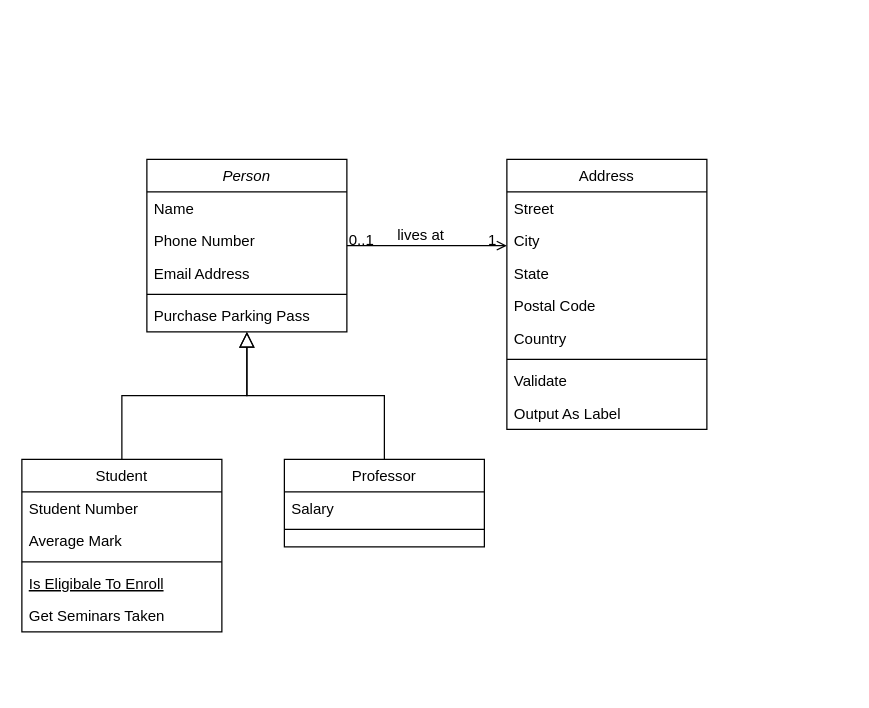
Above: CommandPattern.drawio in mikeharris-github/SE450-JPaint (draw.io), before the change. Source tidied: cells renumbered, new cells numbered last; positions are measured from the earlier drawing's top-left corner, leaving out a move shared by most shapes. Both pictures are drawn from the tidied source at 125%, with x=0, y=0 at pixel (21, 159).
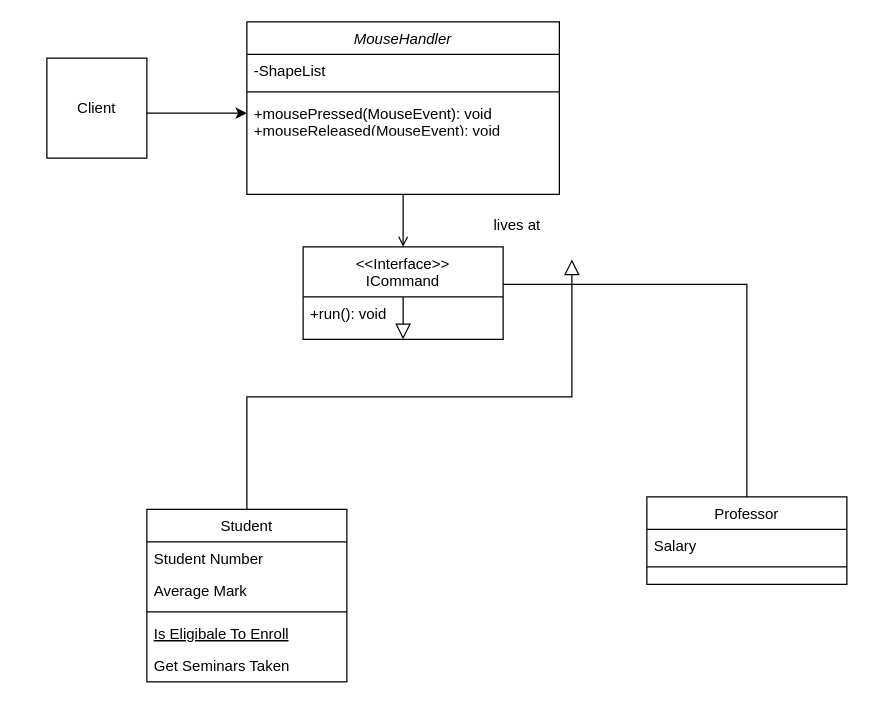
The same page after the edit.

Diff of the diagram source:
```diff
@@
-    <mxCell id="2" value="Person" style="swimlane;fontStyle=2;align=center;verticalAlign=top;horizontal=1;startSize=26;rounded=0;shadow=0;strokeWidth=1;" parent="1" vertex="1">
-      <mxGeometry x="100" width="160" height="138" as="geometry" />
-    </mxCell>
-    <mxCell id="3" value="Name" style="text;align=left;verticalAlign=top;spacingLeft=4;spacingRight=4;overflow=hidden;" parent="2" vertex="1">
-      <mxGeometry y="26" width="160" height="26" as="geometry" />
-    </mxCell>
-    <mxCell id="4" value="Phone Number" style="text;align=left;verticalAlign=top;spacingLeft=4;spacingRight=4;overflow=hidden;rounded=0;shadow=0;html=0;" parent="2" vertex="1">
-      <mxGeometry y="52" width="160" height="26" as="geometry" />
-    </mxCell>
-    <mxCell id="5" value="Email Address" style="text;align=left;verticalAlign=top;spacingLeft=4;spacingRight=4;overflow=hidden;rounded=0;shadow=0;html=0;" parent="2" vertex="1">
-      <mxGeometry y="78" width="160" height="26" as="geometry" />
-    </mxCell>
-    <mxCell id="6" style="line;html=1;strokeWidth=1;align=left;verticalAlign=middle;spacingTop=-1;spacingLeft=3;spacingRight=3;labelPosition=right;" parent="2" vertex="1">
-      <mxGeometry y="104" width="160" height="8" as="geometry" />
-    </mxCell>
-    <mxCell id="7" value="Purchase Parking Pass" style="text;align=left;verticalAlign=top;spacingLeft=4;spacingRight=4;overflow=hidden;points=[[0,0.5],[1,0.5]];portConstraint=eastwest;" parent="2" vertex="1">
-      <mxGeometry y="112" width="160" height="26" as="geometry" />
-    </mxCell>
+    <mxCell id="14" style="endArrow=block;endSize=10;endFill=0;shadow=0;strokeWidth=1;rounded=0;edgeStyle=elbowEdgeStyle;elbow=vertical;" parent="1" edge="1" source="8">
+      <mxGeometry relative="1" as="geometry">
+        <mxPoint x="440" y="80" as="targetPoint" />
+        <Array as="points">
+          <mxPoint x="300" y="190" />
+          <mxPoint x="520" y="190" />
+        </Array>
+      </mxGeometry>
+    </mxCell>
+    <mxCell id="18" style="endArrow=block;endSize=10;endFill=0;shadow=0;strokeWidth=1;rounded=0;edgeStyle=elbowEdgeStyle;elbow=vertical;entryX=0.5;entryY=1;entryDx=0;entryDy=0;" parent="1" edge="1" source="15" target="19">
+      <mxGeometry relative="1" as="geometry">
+        <Array as="points">
+          <mxPoint x="480" y="100" />
+        </Array>
+      </mxGeometry>
+    </mxCell>
+    <mxCell id="28" style="endArrow=open;shadow=0;strokeWidth=1;rounded=0;endFill=1;edgeStyle=elbowEdgeStyle;elbow=vertical;" parent="1" edge="1" source="2" target="19">
+      <mxGeometry x="0.5" y="41" relative="1" as="geometry">
+        <mxPoint x="-40" y="32" as="offset" />
+      </mxGeometry>
+    </mxCell>
+    <mxCell id="31" value="lives at" style="text;html=1;align=center;verticalAlign=middle;labelBackgroundColor=none;rounded=0;shadow=0;strokeWidth=1;fontSize=12;" parent="28" vertex="1">
+      <mxGeometry x="0.5" y="49" relative="1" as="geometry">
+        <mxPoint x="41" y="-8" as="offset" />
+      </mxGeometry>
+    </mxCell>
+    <mxCell id="32" value="Client" style="whiteSpace=wrap;html=1;" parent="1" vertex="1">
+      <mxGeometry x="20" y="-81" width="80" height="80" as="geometry" />
+    </mxCell>
+    <mxCell id="33" style="endArrow=classic;html=1;entryX=0;entryY=0.5;entryDx=0;entryDy=0;" parent="1" edge="1" target="7">
+      <mxGeometry relative="1" as="geometry">
+        <mxPoint x="100" y="-37" as="sourcePoint" />
+      </mxGeometry>
+    </mxCell>
     <mxCell id="8" value="Student" style="swimlane;fontStyle=0;align=center;verticalAlign=top;horizontal=1;startSize=26;rounded=0;shadow=0;strokeWidth=1;" parent="1" vertex="1">
-      <mxGeometry y="240" width="160" height="138" as="geometry" />
+      <mxGeometry x="100" y="280" width="160" height="138" as="geometry" />
     </mxCell>
@@
-    <mxCell id="14" style="endArrow=block;endSize=10;endFill=0;shadow=0;strokeWidth=1;rounded=0;edgeStyle=elbowEdgeStyle;elbow=vertical;" parent="1" edge="1" source="8" target="2">
-      <mxGeometry relative="1" as="geometry" />
-    </mxCell>
+    <mxCell id="2" value="MouseHandler" style="swimlane;fontStyle=2;align=center;verticalAlign=top;horizontal=1;startSize=26;rounded=0;shadow=0;strokeWidth=1;" parent="1" vertex="1">
+      <mxGeometry x="180" y="-110" width="250" height="138" as="geometry" />
+    </mxCell>
+    <mxCell id="5" value="-ShapeList" style="text;align=left;verticalAlign=top;spacingLeft=4;spacingRight=4;overflow=hidden;rounded=0;shadow=0;html=0;" parent="2" vertex="1">
+      <mxGeometry y="26" width="250" height="26" as="geometry" />
+    </mxCell>
+    <mxCell id="6" style="line;html=1;strokeWidth=1;align=left;verticalAlign=middle;spacingTop=-1;spacingLeft=3;spacingRight=3;labelPosition=right;" parent="2" vertex="1">
+      <mxGeometry y="52" width="250" height="8" as="geometry" />
+    </mxCell>
+    <mxCell id="7" value="+mousePressed(MouseEvent): void &#10;+mouseReleased(MouseEvent): void" style="text;align=left;verticalAlign=top;spacingLeft=4;spacingRight=4;overflow=hidden;points=[[0,0.5],[1,0.5]];portConstraint=eastwest;" parent="2" vertex="1">
+      <mxGeometry y="60" width="250" height="26" as="geometry" />
+    </mxCell>
+    <mxCell id="19" value="&lt;&lt;Interface&gt;&gt;&#10;ICommand" style="swimlane;fontStyle=0;align=center;verticalAlign=top;horizontal=1;startSize=40;rounded=0;shadow=0;strokeWidth=1;" parent="1" vertex="1">
+      <mxGeometry x="225" y="70" width="160" height="74" as="geometry" />
+    </mxCell>
+    <mxCell id="20" value="+run(): void" style="text;align=left;verticalAlign=top;spacingLeft=4;spacingRight=4;overflow=hidden;" parent="19" vertex="1">
+      <mxGeometry y="40" width="160" height="26" as="geometry" />
+    </mxCell>
     <mxCell id="15" value="Professor" style="swimlane;fontStyle=0;align=center;verticalAlign=top;horizontal=1;startSize=26;rounded=0;shadow=0;strokeWidth=1;" parent="1" vertex="1">
-      <mxGeometry x="210" y="240" width="160" height="70" as="geometry" />
+      <mxGeometry x="500" y="270" width="160" height="70" as="geometry" />
     </mxCell>
@@
-    <mxCell id="18" style="endArrow=block;endSize=10;endFill=0;shadow=0;strokeWidth=1;rounded=0;edgeStyle=elbowEdgeStyle;elbow=vertical;" parent="1" edge="1" source="15" target="2">
-      <mxGeometry relative="1" as="geometry" />
-    </mxCell>
-    <mxCell id="19" value="Address" style="swimlane;fontStyle=0;align=center;verticalAlign=top;horizontal=1;startSize=26;rounded=0;shadow=0;strokeWidth=1;" parent="1" vertex="1">
-      <mxGeometry x="388" width="160" height="216" as="geometry" />
-    </mxCell>
-    <mxCell id="20" value="Street" style="text;align=left;verticalAlign=top;spacingLeft=4;spacingRight=4;overflow=hidden;" parent="19" vertex="1">
-      <mxGeometry y="26" width="160" height="26" as="geometry" />
-    </mxCell>
-    <mxCell id="21" value="City" style="text;align=left;verticalAlign=top;spacingLeft=4;spacingRight=4;overflow=hidden;rounded=0;shadow=0;html=0;" parent="19" vertex="1">
-      <mxGeometry y="52" width="160" height="26" as="geometry" />
-    </mxCell>
-    <mxCell id="22" value="State" style="text;align=left;verticalAlign=top;spacingLeft=4;spacingRight=4;overflow=hidden;rounded=0;shadow=0;html=0;" parent="19" vertex="1">
-      <mxGeometry y="78" width="160" height="26" as="geometry" />
-    </mxCell>
-    <mxCell id="23" value="Postal Code" style="text;align=left;verticalAlign=top;spacingLeft=4;spacingRight=4;overflow=hidden;rounded=0;shadow=0;html=0;" parent="19" vertex="1">
-      <mxGeometry y="104" width="160" height="26" as="geometry" />
-    </mxCell>
-    <mxCell id="24" value="Country" style="text;align=left;verticalAlign=top;spacingLeft=4;spacingRight=4;overflow=hidden;rounded=0;shadow=0;html=0;" parent="19" vertex="1">
-      <mxGeometry y="130" width="160" height="26" as="geometry" />
-    </mxCell>
-    <mxCell id="25" style="line;html=1;strokeWidth=1;align=left;verticalAlign=middle;spacingTop=-1;spacingLeft=3;spacingRight=3;labelPosition=right;" parent="19" vertex="1">
-      <mxGeometry y="156" width="160" height="8" as="geometry" />
-    </mxCell>
-    <mxCell id="26" value="Validate" style="text;align=left;verticalAlign=top;spacingLeft=4;spacingRight=4;overflow=hidden;" parent="19" vertex="1">
-      <mxGeometry y="164" width="160" height="26" as="geometry" />
-    </mxCell>
-    <mxCell id="27" value="Output As Label" style="text;align=left;verticalAlign=top;spacingLeft=4;spacingRight=4;overflow=hidden;" parent="19" vertex="1">
-      <mxGeometry y="190" width="160" height="26" as="geometry" />
-    </mxCell>
-    <mxCell id="28" style="endArrow=open;shadow=0;strokeWidth=1;rounded=0;endFill=1;edgeStyle=elbowEdgeStyle;elbow=vertical;" parent="1" edge="1" source="2" target="19">
-      <mxGeometry x="0.5" y="41" relative="1" as="geometry">
-        <mxPoint x="-40" y="32" as="offset" />
-      </mxGeometry>
-    </mxCell>
-    <mxCell id="29" value="0..1" style="align=left;verticalAlign=bottom;labelBackgroundColor=none;fontSize=12;" parent="28" vertex="1">
-      <mxGeometry x="-1" relative="1" as="geometry">
-        <mxPoint y="4" as="offset" />
-      </mxGeometry>
-    </mxCell>
-    <mxCell id="30" value="1" style="align=right;verticalAlign=bottom;labelBackgroundColor=none;fontSize=12;" parent="28" vertex="1">
-      <mxGeometry x="1" relative="1" as="geometry">
-        <mxPoint x="-7" y="4" as="offset" />
-      </mxGeometry>
-    </mxCell>
-    <mxCell id="31" value="lives at" style="text;html=1;align=center;verticalAlign=middle;labelBackgroundColor=none;rounded=0;shadow=0;strokeWidth=1;fontSize=12;" parent="28" vertex="1">
-      <mxGeometry x="0.5" y="49" relative="1" as="geometry">
-        <mxPoint x="-38" y="40" as="offset" />
-      </mxGeometry>
-    </mxCell>
```
